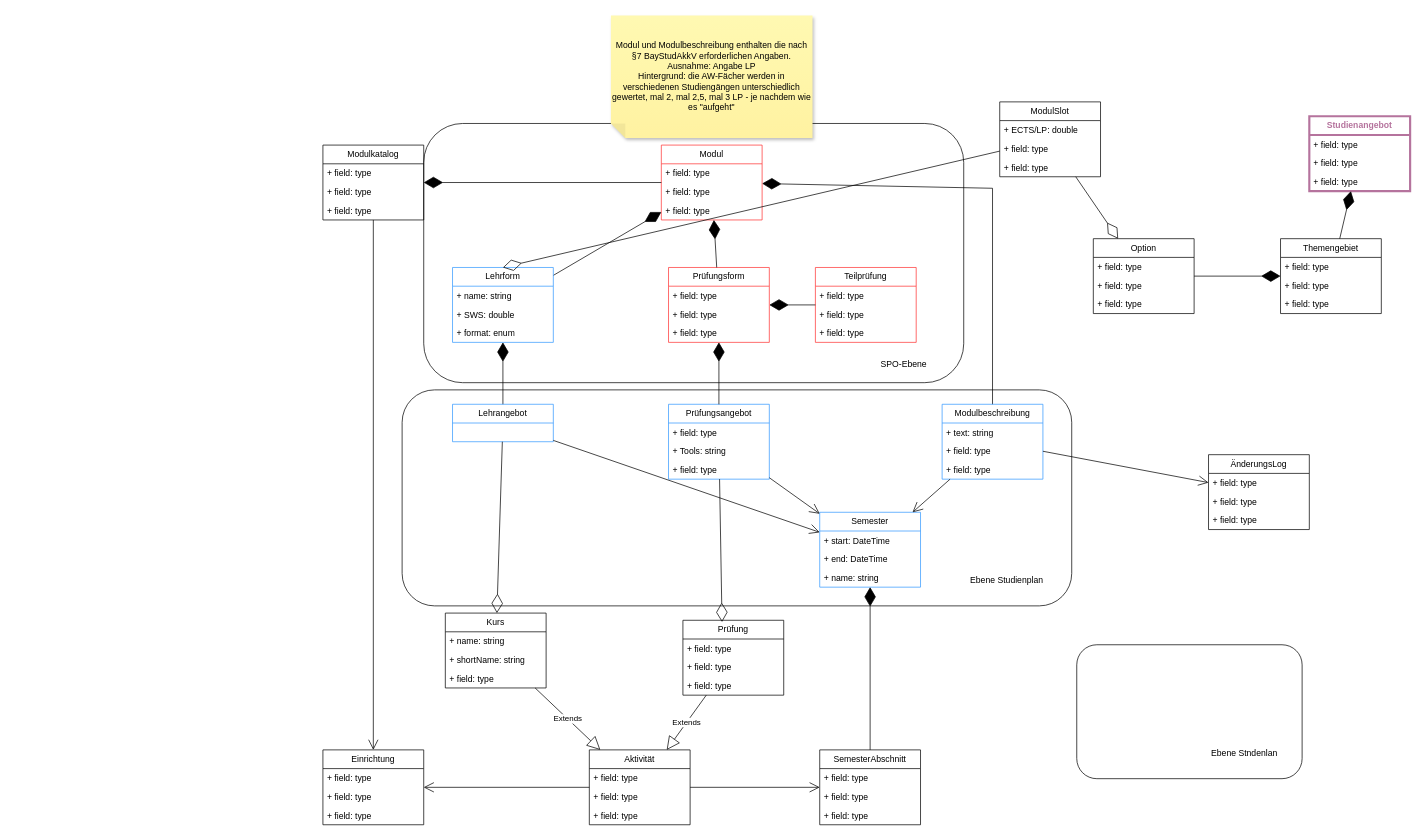
Earlier version of the draw.io diagram page 1 of 3 of docs/drawings/class_model_modules.drawio (AccelerateX-org/NINE). Source tidied: cells renumbered, new cells numbered last; positions are measured from the earlier drawing's top-left corner, leaving out a move shared by most shapes. Both pictures are drawn from the tidied source at 72%, with x=0, y=0 at pixel (323, 15).
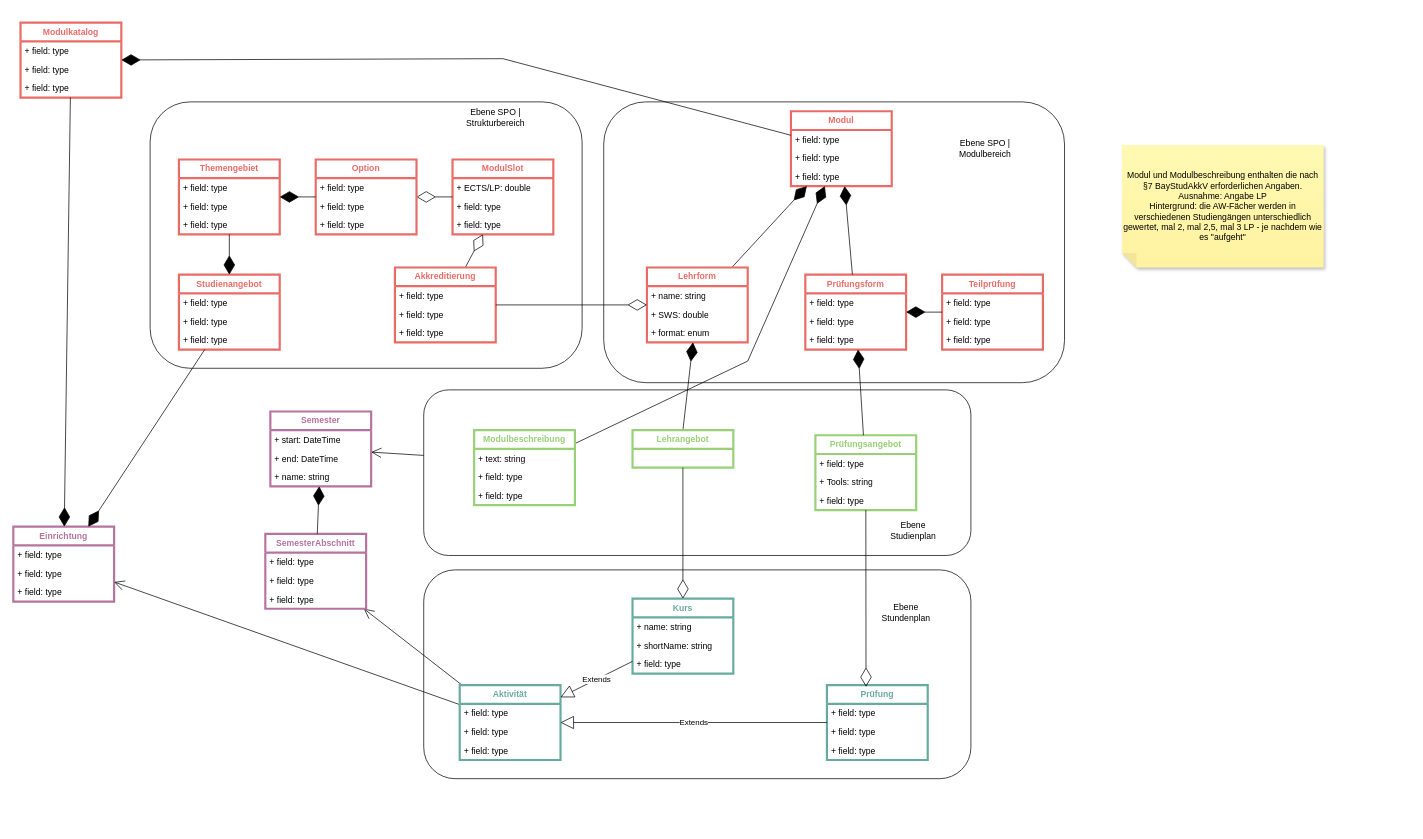
The same diagram, later.

What changed in the source:
```diff
@@
+    <mxCell id="105" style="rounded=1;whiteSpace=wrap;html=1;" parent="1" vertex="1">
+      <mxGeometry x="-240" y="120" width="600" height="370" as="geometry" />
+    </mxCell>
+    <mxCell id="103" style="rounded=1;whiteSpace=wrap;html=1;" parent="1" vertex="1">
+      <mxGeometry x="140" y="770" width="760" height="290" as="geometry" />
+    </mxCell>
     <mxCell id="2" style="rounded=1;whiteSpace=wrap;html=1;" parent="1" vertex="1">
-      <mxGeometry x="110" y="520" width="930" height="300" as="geometry" />
+      <mxGeometry x="140" y="520" width="760" height="230" as="geometry" />
     </mxCell>
     <mxCell id="3" style="rounded=1;whiteSpace=wrap;html=1;" parent="1" vertex="1">
-      <mxGeometry x="140" y="150" width="750" height="360" as="geometry" />
+      <mxGeometry x="390" y="120" width="640" height="390" as="geometry" />
     </mxCell>
-    <mxCell id="4" value="Modul" style="swimlane;fontStyle=0;horizontal=1;startSize=26;fillColor=none;whiteSpace=wrap;html=1;strokeColor=#FF3333;" parent="1" vertex="1">
-      <mxGeometry x="470" y="180" width="140" height="104" as="geometry" />
+    <mxCell id="4" value="Modul" style="swimlane;fontStyle=1;horizontal=1;startSize=26;fillColor=none;whiteSpace=wrap;html=1;strokeColor=#EA6B66;fontColor=#EA6B66;strokeWidth=3;" parent="1" vertex="1">
+      <mxGeometry x="650" y="133" width="140" height="104" as="geometry" />
     </mxCell>
@@
-    <mxCell id="9" value="Lehrform" style="swimlane;fontStyle=0;horizontal=1;startSize=26;fillColor=none;whiteSpace=wrap;html=1;strokeColor=#3399FF;" parent="1" vertex="1">
-      <mxGeometry x="180" y="350" width="140" height="104" as="geometry" />
+    <mxCell id="9" value="Lehrform" style="swimlane;fontStyle=1;horizontal=1;startSize=26;fillColor=none;whiteSpace=wrap;html=1;strokeColor=#EA6B66;fontColor=#EA6B66;strokeWidth=3;" parent="1" vertex="1">
+      <mxGeometry x="450" y="350" width="140" height="104" as="geometry" />
     </mxCell>
@@
     <mxCell id="13" style="endArrow=diamondThin;endFill=1;endSize=24;html=1;rounded=0;" parent="1" edge="1" source="14" target="4">
       <mxGeometry relative="1" as="geometry">
         <Array as="points">
-          <mxPoint x="930" y="240" />
+          <mxPoint x="590" y="480" />
         </Array>
       </mxGeometry>
     </mxCell>
-    <mxCell id="14" value="Modulbeschreibung" style="swimlane;fontStyle=0;horizontal=1;startSize=26;fillColor=none;whiteSpace=wrap;html=1;strokeColor=#3399FF;" parent="1" vertex="1">
-      <mxGeometry x="860" y="540" width="140" height="104" as="geometry" />
+    <mxCell id="14" value="Modulbeschreibung" style="swimlane;fontStyle=1;horizontal=1;startSize=26;fillColor=none;whiteSpace=wrap;html=1;strokeColor=#97D077;fontColor=#97D077;strokeWidth=3;" parent="1" vertex="1">
+      <mxGeometry x="210" y="576" width="140" height="104" as="geometry" />
     </mxCell>
@@
-    <mxCell id="18" value="Semester" style="swimlane;fontStyle=0;horizontal=1;startSize=26;fillColor=none;whiteSpace=wrap;html=1;strokeColor=#3399FF;" parent="1" vertex="1">
-      <mxGeometry x="690" y="690" width="140" height="104" as="geometry" />
+    <mxCell id="18" value="Semester" style="swimlane;fontStyle=1;horizontal=1;startSize=26;fillColor=none;whiteSpace=wrap;html=1;strokeColor=#B5739D;strokeWidth=3;fontColor=#B5739D;" parent="1" vertex="1">
+      <mxGeometry x="-73" y="550" width="140" height="104" as="geometry" />
     </mxCell>
@@
-    <mxCell id="22" style="endArrow=open;endFill=1;endSize=12;html=1;rounded=0;" parent="1" edge="1" source="14" target="23">
-      <mxGeometry relative="1" as="geometry" />
-    </mxCell>
-    <mxCell id="23" value="ÄnderungsLog" style="swimlane;fontStyle=0;horizontal=1;startSize=26;fillColor=none;whiteSpace=wrap;html=1;" parent="1" vertex="1">
-      <mxGeometry x="1230" y="610" width="140" height="104" as="geometry" />
-    </mxCell>
-    <mxCell id="24" value="+ field: type" style="text;strokeColor=none;fillColor=none;align=left;verticalAlign=top;spacingLeft=4;spacingRight=4;overflow=hidden;whiteSpace=wrap;html=1;" parent="23" vertex="1">
-      <mxGeometry y="26" width="140" height="26" as="geometry" />
-    </mxCell>
-    <mxCell id="25" value="+ field: type" style="text;strokeColor=none;fillColor=none;align=left;verticalAlign=top;spacingLeft=4;spacingRight=4;overflow=hidden;whiteSpace=wrap;html=1;" parent="23" vertex="1">
-      <mxGeometry y="52" width="140" height="26" as="geometry" />
-    </mxCell>
-    <mxCell id="26" value="+ field: type" style="text;strokeColor=none;fillColor=none;align=left;verticalAlign=top;spacingLeft=4;spacingRight=4;overflow=hidden;whiteSpace=wrap;html=1;" parent="23" vertex="1">
-      <mxGeometry y="78" width="140" height="26" as="geometry" />
-    </mxCell>
     <mxCell id="27" value="Modul und Modulbeschreibung enthalten die nach §7&amp;nbsp;BayStudAkkV erforderlichen Angaben.&lt;div&gt;Ausnahme: Angabe LP&lt;/div&gt;&lt;div&gt;Hintergrund: die AW-Fächer werden in verschiedenen Studiengängen unterschiedlich gewertet, mal 2, mal 2,5, mal 3 LP - je nachdem wie es &quot;aufgeht&quot;&lt;/div&gt;" style="shape=note;whiteSpace=wrap;html=1;backgroundOutline=1;fontColor=#000000;darkOpacity=0.05;fillColor=#FFF9B2;strokeColor=none;fillStyle=solid;direction=west;gradientDirection=north;gradientColor=#FFF2A1;shadow=1;size=20;" parent="1" vertex="1">
-      <mxGeometry x="400" width="280" height="170" as="geometry" />
+      <mxGeometry x="1110" y="180" width="280" height="170" as="geometry" />
     </mxCell>
@@
-    <mxCell id="29" value="Lehrangebot" style="swimlane;fontStyle=0;horizontal=1;startSize=26;fillColor=none;whiteSpace=wrap;html=1;strokeColor=#3399FF;" parent="1" vertex="1">
-      <mxGeometry x="180" y="540" width="140" height="52" as="geometry" />
+    <mxCell id="29" value="Lehrangebot" style="swimlane;fontStyle=1;horizontal=1;startSize=26;fillColor=none;whiteSpace=wrap;html=1;strokeColor=#97D077;fontColor=#97D077;strokeWidth=3;" parent="1" vertex="1">
+      <mxGeometry x="430" y="576" width="140" height="52" as="geometry" />
     </mxCell>
-    <mxCell id="30" value="Kurs" style="swimlane;fontStyle=0;horizontal=1;startSize=26;fillColor=none;whiteSpace=wrap;html=1;" parent="1" vertex="1">
-      <mxGeometry x="170" y="830" width="140" height="104" as="geometry" />
+    <mxCell id="30" value="Kurs" style="swimlane;fontStyle=1;horizontal=1;startSize=26;fillColor=none;whiteSpace=wrap;html=1;fontColor=#67AB9F;strokeColor=#67AB9F;strokeWidth=3;" parent="1" vertex="1">
+      <mxGeometry x="430" y="810" width="140" height="104" as="geometry" />
     </mxCell>
@@
-    <mxCell id="35" style="endArrow=open;endFill=1;endSize=12;html=1;rounded=0;" parent="1" edge="1" source="14" target="18">
+    <mxCell id="35" style="endArrow=open;endFill=1;endSize=12;html=1;rounded=0;" parent="1" edge="1" source="2" target="18">
       <mxGeometry relative="1" as="geometry" />
     </mxCell>
@@
-    <mxCell id="37" value="Einrichtung" style="swimlane;fontStyle=0;horizontal=1;startSize=26;fillColor=none;whiteSpace=wrap;html=1;" parent="1" vertex="1">
-      <mxGeometry y="1020" width="140" height="104" as="geometry" />
+    <mxCell id="37" value="Einrichtung" style="swimlane;fontStyle=1;horizontal=1;startSize=26;fillColor=none;whiteSpace=wrap;html=1;strokeColor=#B5739D;strokeWidth=3;fontColor=#B5739D;" parent="1" vertex="1">
+      <mxGeometry x="-430" y="710" width="140" height="104" as="geometry" />
     </mxCell>
@@
-    <mxCell id="42" value="Modulkatalog" style="swimlane;fontStyle=0;horizontal=1;startSize=26;fillColor=none;whiteSpace=wrap;html=1;" parent="1" vertex="1">
-      <mxGeometry y="180" width="140" height="104" as="geometry" />
+    <mxCell id="42" value="Modulkatalog" style="swimlane;fontStyle=1;horizontal=1;startSize=26;fillColor=none;whiteSpace=wrap;html=1;strokeColor=#EA6B66;strokeWidth=3;fontColor=#EA6B66;" parent="1" vertex="1">
+      <mxGeometry x="-420" y="10" width="140" height="104" as="geometry" />
     </mxCell>
@@
     <mxCell id="46" style="endArrow=diamondThin;endFill=1;endSize=24;html=1;rounded=0;" parent="1" edge="1" source="4" target="42">
-      <mxGeometry relative="1" as="geometry" />
+      <mxGeometry relative="1" as="geometry">
+        <Array as="points">
+          <mxPoint x="250" y="60" />
+        </Array>
+      </mxGeometry>
     </mxCell>
-    <mxCell id="47" style="endArrow=open;endFill=1;endSize=12;html=1;rounded=0;" parent="1" edge="1" source="42" target="37">
-      <mxGeometry relative="1" as="geometry" />
-    </mxCell>
-    <mxCell id="48" value="Prüfungsform" style="swimlane;fontStyle=0;horizontal=1;startSize=26;fillColor=none;whiteSpace=wrap;html=1;strokeColor=#FF3333;" parent="1" vertex="1">
-      <mxGeometry x="480" y="350" width="140" height="104" as="geometry" />
+    <mxCell id="48" value="Prüfungsform" style="swimlane;fontStyle=1;horizontal=1;startSize=26;fillColor=none;whiteSpace=wrap;html=1;strokeColor=#EA6B66;fontColor=#EA6B66;strokeWidth=3;" parent="1" vertex="1">
+      <mxGeometry x="670" y="360" width="140" height="104" as="geometry" />
     </mxCell>
@@
-    <mxCell id="53" value="Teilprüfung" style="swimlane;fontStyle=0;horizontal=1;startSize=26;fillColor=none;whiteSpace=wrap;html=1;strokeColor=#FF3333;" parent="1" vertex="1">
-      <mxGeometry x="684" y="350" width="140" height="104" as="geometry" />
+    <mxCell id="53" value="Teilprüfung" style="swimlane;fontStyle=1;horizontal=1;startSize=26;fillColor=none;whiteSpace=wrap;html=1;strokeColor=#EA6B66;fontColor=#EA6B66;strokeWidth=3;" parent="1" vertex="1">
+      <mxGeometry x="860" y="360" width="140" height="104" as="geometry" />
     </mxCell>
@@
-    <mxCell id="58" value="Prüfungsangebot" style="swimlane;fontStyle=0;horizontal=1;startSize=26;fillColor=none;whiteSpace=wrap;html=1;strokeColor=#3399FF;" parent="1" vertex="1">
-      <mxGeometry x="480" y="540" width="140" height="104" as="geometry" />
+    <mxCell id="58" value="Prüfungsangebot" style="swimlane;fontStyle=1;horizontal=1;startSize=26;fillColor=none;whiteSpace=wrap;html=1;strokeColor=#97D077;fontColor=#97D077;strokeWidth=3;" parent="1" vertex="1">
+      <mxGeometry x="684" y="583" width="140" height="104" as="geometry" />
     </mxCell>
@@
-    <mxCell id="63" value="Prüfung" style="swimlane;fontStyle=0;horizontal=1;startSize=26;fillColor=none;whiteSpace=wrap;html=1;" parent="1" vertex="1">
-      <mxGeometry x="500" y="840" width="140" height="104" as="geometry" />
+    <mxCell id="63" value="Prüfung" style="swimlane;fontStyle=1;horizontal=1;startSize=26;fillColor=none;whiteSpace=wrap;html=1;fontColor=#67AB9F;strokeColor=#67AB9F;strokeWidth=3;" parent="1" vertex="1">
+      <mxGeometry x="700" y="930" width="140" height="104" as="geometry" />
     </mxCell>
@@
-    <mxCell id="67" value="Aktivität" style="swimlane;fontStyle=0;horizontal=1;startSize=26;fillColor=none;whiteSpace=wrap;html=1;" parent="1" vertex="1">
-      <mxGeometry x="370" y="1020" width="140" height="104" as="geometry" />
+    <mxCell id="67" value="Aktivität" style="swimlane;fontStyle=1;horizontal=1;startSize=26;fillColor=none;whiteSpace=wrap;html=1;strokeColor=#67AB9F;strokeWidth=3;fontColor=#67AB9F;" parent="1" vertex="1">
+      <mxGeometry x="190" y="930" width="140" height="104" as="geometry" />
     </mxCell>
@@
-    <mxCell id="74" style="endArrow=open;endFill=1;endSize=12;html=1;rounded=0;" parent="1" edge="1" source="58" target="18">
-      <mxGeometry relative="1" as="geometry" />
-    </mxCell>
-    <mxCell id="75" style="endArrow=open;endFill=1;endSize=12;html=1;rounded=0;" parent="1" edge="1" source="29" target="18">
-      <mxGeometry relative="1" as="geometry" />
-    </mxCell>
-    <mxCell id="76" value="SemesterAbschnitt" style="swimlane;fontStyle=0;horizontal=1;startSize=26;fillColor=none;whiteSpace=wrap;html=1;" parent="1" vertex="1">
-      <mxGeometry x="690" y="1020" width="140" height="104" as="geometry" />
+    <mxCell id="76" value="SemesterAbschnitt" style="swimlane;fontStyle=1;horizontal=1;startSize=26;fillColor=none;whiteSpace=wrap;html=1;strokeColor=#B5739D;strokeWidth=3;fontColor=#B5739D;" parent="1" vertex="1">
+      <mxGeometry x="-80" y="720" width="140" height="104" as="geometry" />
     </mxCell>
@@
-    <mxCell id="81" value="Studienangebot" style="swimlane;fontStyle=1;horizontal=1;startSize=26;fillColor=none;whiteSpace=wrap;html=1;strokeColor=#B5739D;fontColor=#B5739D;strokeWidth=3;" parent="1" vertex="1">
-      <mxGeometry x="1370" y="140" width="140" height="104" as="geometry" />
+    <mxCell id="81" value="Studienangebot" style="swimlane;fontStyle=1;horizontal=1;startSize=26;fillColor=none;whiteSpace=wrap;html=1;strokeColor=#EA6B66;fontColor=#EA6B66;strokeWidth=3;" parent="1" vertex="1">
+      <mxGeometry x="-200" y="360" width="140" height="104" as="geometry" />
     </mxCell>
@@
-    <mxCell id="85" value="ModulSlot" style="swimlane;fontStyle=0;horizontal=1;startSize=26;fillColor=none;whiteSpace=wrap;html=1;" parent="1" vertex="1">
-      <mxGeometry x="940" y="120" width="140" height="104" as="geometry" />
+    <mxCell id="85" value="ModulSlot" style="swimlane;fontStyle=1;horizontal=1;startSize=26;fillColor=none;whiteSpace=wrap;html=1;fontColor=#EA6B66;strokeColor=#EA6B66;strokeWidth=3;" parent="1" vertex="1">
+      <mxGeometry x="180" y="200" width="140" height="104" as="geometry" />
     </mxCell>
@@
-    <mxCell id="89" style="endArrow=diamondThin;endFill=0;endSize=24;html=1;rounded=0;entryX=0.5;entryY=0;entryDx=0;entryDy=0;" parent="1" edge="1" source="85" target="9">
+    <mxCell id="89" style="endArrow=diamondThin;endFill=0;endSize=24;html=1;rounded=0;" parent="1" edge="1" source="108" target="85">
       <mxGeometry relative="1" as="geometry" />
     </mxCell>
@@
-    <mxCell id="91" value="Themengebiet" style="swimlane;fontStyle=0;horizontal=1;startSize=26;fillColor=none;whiteSpace=wrap;html=1;" parent="1" vertex="1">
-      <mxGeometry x="1330" y="310" width="140" height="104" as="geometry" />
+    <mxCell id="91" value="Themengebiet" style="swimlane;fontStyle=1;horizontal=1;startSize=26;fillColor=none;whiteSpace=wrap;html=1;fontColor=#EA6B66;strokeColor=#EA6B66;strokeWidth=3;" parent="1" vertex="1">
+      <mxGeometry x="-200" y="200" width="140" height="104" as="geometry" />
     </mxCell>
@@
-    <mxCell id="95" value="Option" style="swimlane;fontStyle=0;horizontal=1;startSize=26;fillColor=none;whiteSpace=wrap;html=1;" parent="1" vertex="1">
-      <mxGeometry x="1070" y="310" width="140" height="104" as="geometry" />
+    <mxCell id="95" value="Option" style="swimlane;fontStyle=1;horizontal=1;startSize=26;fillColor=none;whiteSpace=wrap;html=1;fontColor=#EA6B66;strokeColor=#EA6B66;strokeWidth=3;" parent="1" vertex="1">
+      <mxGeometry x="-10" y="200" width="140" height="104" as="geometry" />
     </mxCell>
@@
-    <mxCell id="101" value="Ebene Studienplan" style="text;html=1;whiteSpace=wrap;strokeColor=none;fillColor=none;align=center;verticalAlign=middle;rounded=0;" parent="1" vertex="1">
-      <mxGeometry x="890" y="770" width="120" height="30" as="geometry" />
+    <mxCell id="101" value="Ebene SPO | Modulbereich" style="text;html=1;whiteSpace=wrap;strokeColor=none;fillColor=none;align=center;verticalAlign=middle;rounded=0;" parent="1" vertex="1">
+      <mxGeometry x="860" y="170" width="120" height="30" as="geometry" />
     </mxCell>
-    <mxCell id="102" value="SPO-Ebene" style="text;html=1;whiteSpace=wrap;strokeColor=none;fillColor=none;align=center;verticalAlign=middle;rounded=0;" parent="1" vertex="1">
-      <mxGeometry x="764" y="470" width="86" height="30" as="geometry" />
-    </mxCell>
-    <mxCell id="103" style="rounded=1;whiteSpace=wrap;html=1;" parent="1" vertex="1">
-      <mxGeometry x="1047" y="874" width="313" height="186" as="geometry" />
-    </mxCell>
-    <mxCell id="104" value="Ebene Stndenlan" style="text;html=1;whiteSpace=wrap;strokeColor=none;fillColor=none;align=center;verticalAlign=middle;rounded=0;" parent="1" vertex="1">
-      <mxGeometry x="1230" y="1010" width="100" height="30" as="geometry" />
+    <mxCell id="104" value="Ebene Stundenplan" style="text;html=1;whiteSpace=wrap;strokeColor=none;fillColor=none;align=center;verticalAlign=middle;rounded=0;" parent="1" vertex="1">
+      <mxGeometry x="760" y="814" width="100" height="30" as="geometry" />
     </mxCell>
+    <mxCell id="106" style="endArrow=diamondThin;endFill=1;endSize=24;html=1;rounded=0;" parent="1" edge="1" source="81" target="37">
+      <mxGeometry relative="1" as="geometry" />
+    </mxCell>
+    <mxCell id="47" style="endArrow=diamondThin;endFill=1;endSize=24;html=1;rounded=0;" parent="1" edge="1" source="42" target="37">
+      <mxGeometry relative="1" as="geometry" />
+    </mxCell>
+    <mxCell id="107" value="Ebene Studienplan" style="text;html=1;whiteSpace=wrap;strokeColor=none;fillColor=none;align=center;verticalAlign=middle;rounded=0;" parent="1" vertex="1">
+      <mxGeometry x="770" y="700" width="100" height="30" as="geometry" />
+    </mxCell>
+    <mxCell id="108" value="Akkreditierung" style="swimlane;fontStyle=1;horizontal=1;startSize=26;fillColor=none;whiteSpace=wrap;html=1;fontColor=#EA6B66;strokeColor=#EA6B66;strokeWidth=3;" parent="1" vertex="1">
+      <mxGeometry x="100" y="350" width="140" height="104" as="geometry" />
+    </mxCell>
+    <mxCell id="24" value="+ field: type" style="text;strokeColor=none;fillColor=none;align=left;verticalAlign=top;spacingLeft=4;spacingRight=4;overflow=hidden;whiteSpace=wrap;html=1;" parent="108" vertex="1">
+      <mxGeometry y="26" width="140" height="26" as="geometry" />
+    </mxCell>
+    <mxCell id="25" value="+ field: type" style="text;strokeColor=none;fillColor=none;align=left;verticalAlign=top;spacingLeft=4;spacingRight=4;overflow=hidden;whiteSpace=wrap;html=1;" parent="108" vertex="1">
+      <mxGeometry y="52" width="140" height="26" as="geometry" />
+    </mxCell>
+    <mxCell id="26" value="+ field: type" style="text;strokeColor=none;fillColor=none;align=left;verticalAlign=top;spacingLeft=4;spacingRight=4;overflow=hidden;whiteSpace=wrap;html=1;" parent="108" vertex="1">
+      <mxGeometry y="78" width="140" height="26" as="geometry" />
+    </mxCell>
+    <mxCell id="109" style="endArrow=diamondThin;endFill=0;endSize=24;html=1;rounded=0;" parent="1" edge="1" source="108" target="9">
+      <mxGeometry relative="1" as="geometry" />
+    </mxCell>
+    <mxCell id="110" value="Ebene SPO | Strukturbereich" style="text;html=1;whiteSpace=wrap;strokeColor=none;fillColor=none;align=center;verticalAlign=middle;rounded=0;" parent="1" vertex="1">
+      <mxGeometry x="180" y="127" width="120" height="30" as="geometry" />
+    </mxCell>
```
